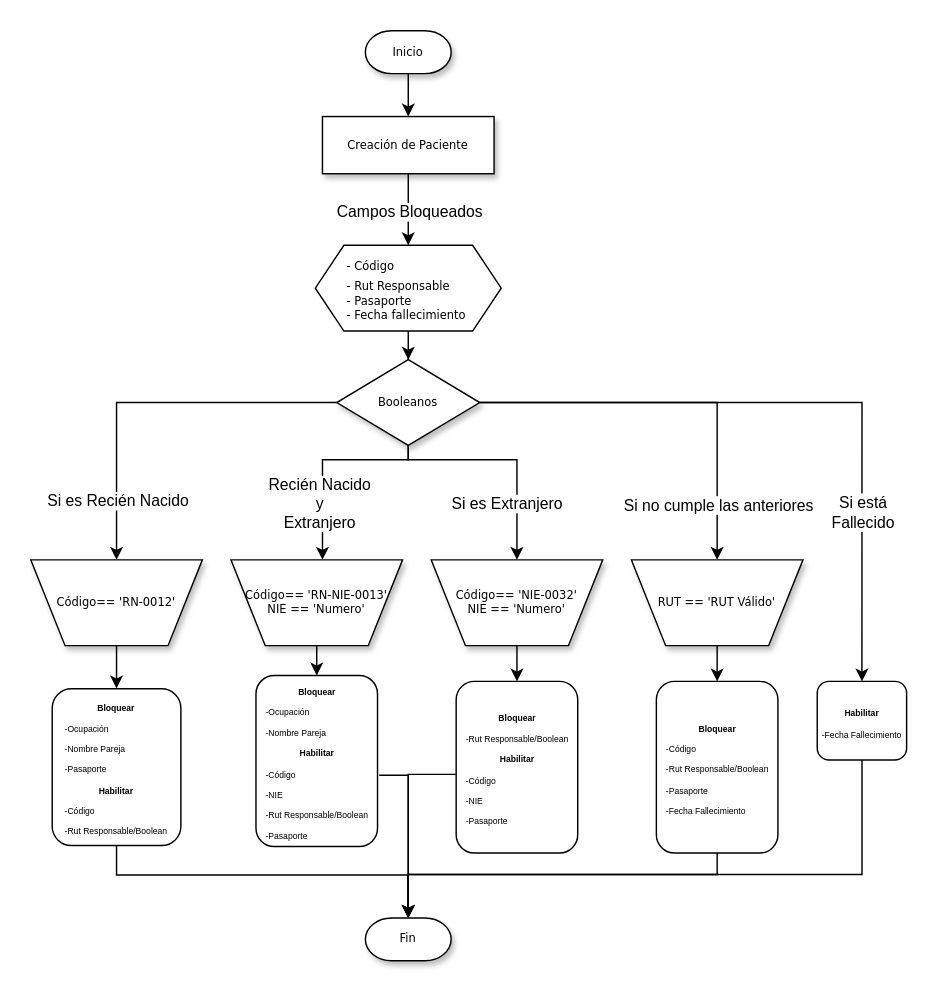
Before: Diagramas/Campos para Pacientes.drawio in Jarot-Fierro/Kardex, a draw.io diagram. Source tidied: cells renumbered, new cells numbered last; positions are measured from the earlier drawing's top-left corner, leaving out a move shared by most shapes. Both pictures are drawn from the tidied source at 143%, with x=0, y=0 at pixel (30, 30).
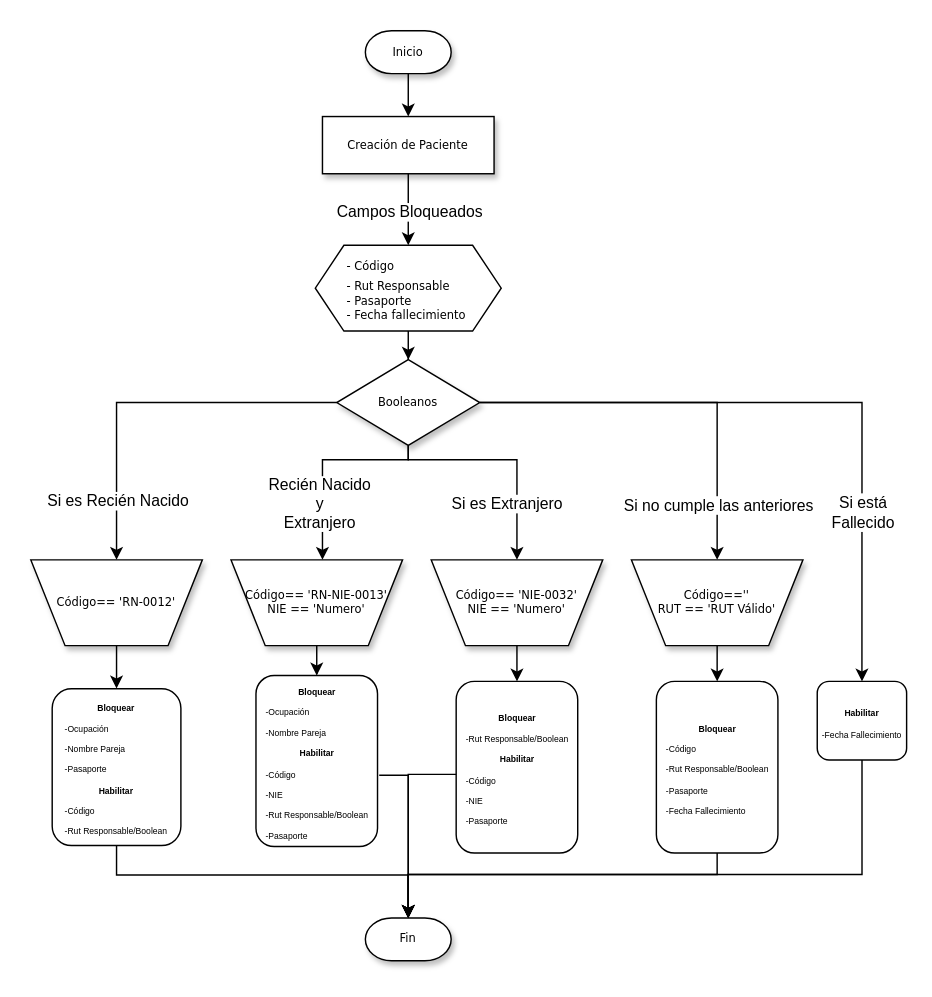
After the change.

Commit message (it also covers changes not shown here):
Refactor patient creation flow; update diagrams and form fields for improved clarity and functionality

The edit, as a diff of the source:
```diff
@@
-    <mxCell id="19" value="RUT == 'RUT Válido&lt;span style=&quot;background-color: transparent; color: light-dark(rgb(0, 0, 0), rgb(255, 255, 255));&quot;&gt;'&lt;/span&gt;" style="shape=trapezoid;whiteSpace=wrap;html=1;rounded=0;shadow=1;labelBackgroundColor=none;strokeWidth=1;fontFamily=Verdana;fontSize=8;align=center;flipV=1;" parent="1" vertex="1">
+    <mxCell id="19" value="&lt;div&gt;Código==''&lt;/div&gt;RUT == 'RUT Válido&lt;span style=&quot;background-color: transparent; color: light-dark(rgb(0, 0, 0), rgb(255, 255, 255));&quot;&gt;'&lt;/span&gt;" style="shape=trapezoid;whiteSpace=wrap;html=1;rounded=0;shadow=1;labelBackgroundColor=none;strokeWidth=1;fontFamily=Verdana;fontSize=8;align=center;flipV=1;" parent="1" vertex="1">
       <mxGeometry x="420" y="370" width="120" height="60" as="geometry" />
     </mxCell>
```
